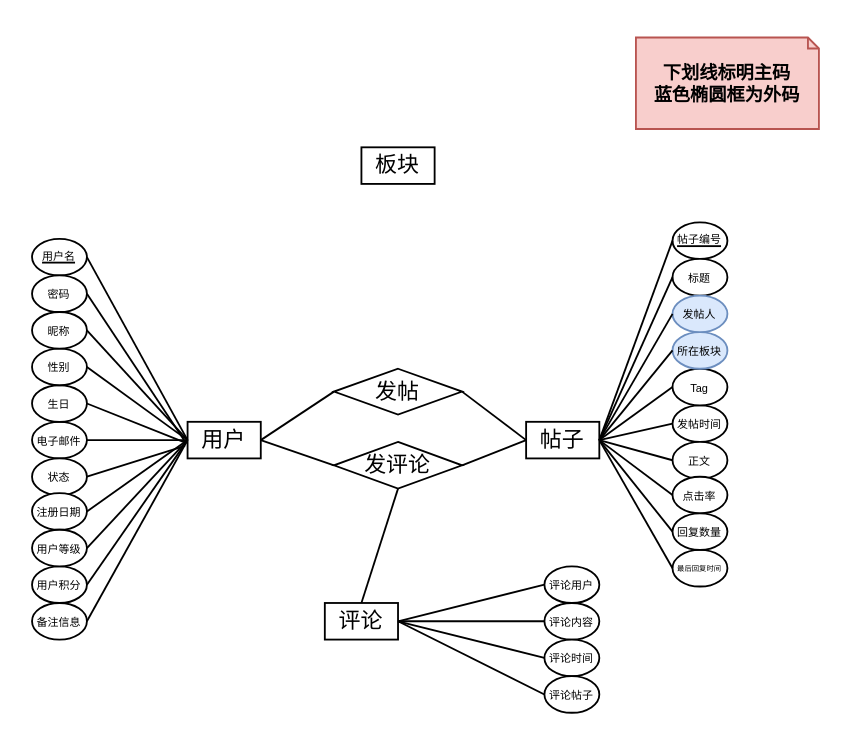
This is 未命名绘图.drawio from lxpoet/uml, a draw.io file, before an edit. Source tidied: cells renumbered, new cells numbered last; positions are measured from the earlier drawing's top-left corner, leaving out a move shared by most shapes. Both pictures are drawn from the tidied source at 183%, with x=0, y=0 at pixel (31, 37).
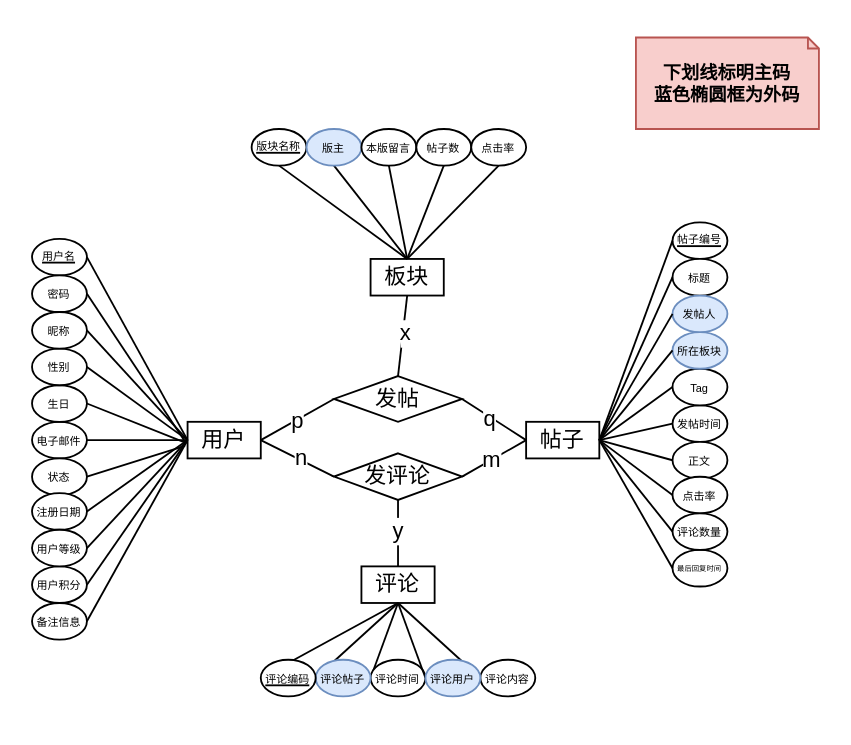
The same diagram, later.

Unchanged cells that the change refers to:
```xml
<mxCell id="29" style="endArrow=none;html=1;rounded=0;fontSize=12;startSize=8;endSize=8;curved=1;exitX=1;exitY=0.5;exitDx=0;exitDy=0;entryX=0;entryY=0.5;entryDx=0;entryDy=0;" parent="1" edge="1" source="2" target="26">
  <mxGeometry relative="1" as="geometry" />
</mxCell>
<mxCell id="30" style="endArrow=none;html=1;rounded=0;fontSize=12;startSize=8;endSize=8;curved=1;entryX=0;entryY=0.5;entryDx=0;entryDy=0;exitX=1;exitY=0.5;exitDx=0;exitDy=0;" parent="1" edge="1" source="26" target="28">
  <mxGeometry relative="1" as="geometry" />
</mxCell>
<mxCell id="51" style="endArrow=none;html=1;rounded=0;fontSize=12;startSize=8;endSize=8;curved=1;exitX=1;exitY=0.5;exitDx=0;exitDy=0;entryX=0;entryY=0.5;entryDx=0;entryDy=0;" parent="1" edge="1" source="2" target="27">
  <mxGeometry relative="1" as="geometry" />
</mxCell>
<mxCell id="52" style="endArrow=none;html=1;rounded=0;fontSize=12;startSize=8;endSize=8;curved=1;exitX=1;exitY=0.5;exitDx=0;exitDy=0;entryX=0;entryY=0.5;entryDx=0;entryDy=0;" parent="1" edge="1" source="27" target="28">
  <mxGeometry relative="1" as="geometry" />
</mxCell>
<mxCell id="54" style="endArrow=none;html=1;rounded=0;fontSize=12;startSize=8;endSize=8;curved=1;entryX=0.5;entryY=1;entryDx=0;entryDy=0;exitX=0.5;exitY=0;exitDx=0;exitDy=0;" parent="1" edge="1" source="55" target="27">
  <mxGeometry relative="1" as="geometry" />
</mxCell>
```

The edit, as a diff of the source:
```diff
@@
     <mxCell id="25" value="板块" style="rounded=0;whiteSpace=wrap;html=1;" parent="1" vertex="1">
-      <mxGeometry x="180" y="60" width="40" height="20" as="geometry" />
+      <mxGeometry x="185" y="121" width="40" height="20" as="geometry" />
     </mxCell>
     <mxCell id="26" value="发帖" style="rhombus;whiteSpace=wrap;html=1;" parent="1" vertex="1">
-      <mxGeometry x="165" y="181" width="70" height="25" as="geometry" />
+      <mxGeometry x="165" y="185" width="70" height="25" as="geometry" />
     </mxCell>
     <mxCell id="27" value="发评论" style="rhombus;whiteSpace=wrap;html=1;" parent="1" vertex="1">
-      <mxGeometry x="165" y="221" width="70" height="25.5" as="geometry" />
+      <mxGeometry x="165" y="227.2" width="70" height="25.5" as="geometry" />
     </mxCell>
@@
+    <mxCell id="64" value="p" style="edgeLabel;html=1;align=center;verticalAlign=middle;fontSize=12;" parent="29" vertex="1">
+      <mxGeometry x="-0.04" relative="1" as="geometry" />
+    </mxCell>
@@
+    <mxCell id="65" value="q" style="edgeLabel;html=1;align=center;verticalAlign=middle;fontSize=12;" parent="30" vertex="1">
+      <mxGeometry x="-0.13" y="-1" relative="1" as="geometry" />
+    </mxCell>
@@
-    <mxCell id="49" value="&lt;span style=&quot;font-size: 6px;&quot;&gt;回复数量&lt;/span&gt;" style="ellipse;whiteSpace=wrap;html=1;spacingBottom=3;direction=west;" parent="1" vertex="1">
+    <mxCell id="49" value="&lt;span style=&quot;font-size: 6px;&quot;&gt;评论数量&lt;/span&gt;" style="ellipse;whiteSpace=wrap;html=1;spacingBottom=3;direction=west;" parent="1" vertex="1">
       <mxGeometry x="350" y="260" width="30" height="20" as="geometry" />
     </mxCell>
@@
+    <mxCell id="66" value="n" style="edgeLabel;html=1;align=center;verticalAlign=middle;fontSize=12;" parent="51" vertex="1">
+      <mxGeometry x="0.08" y="1" relative="1" as="geometry" />
+    </mxCell>
@@
+    <mxCell id="67" value="m" style="edgeLabel;html=1;align=center;verticalAlign=middle;fontSize=12;" parent="52" vertex="1">
+      <mxGeometry x="-0.11" y="1" relative="1" as="geometry" />
+    </mxCell>
@@
+    <mxCell id="68" value="y" style="edgeLabel;html=1;align=center;verticalAlign=middle;fontSize=12;" parent="54" vertex="1">
+      <mxGeometry x="0.11" y="1" relative="1" as="geometry" />
+    </mxCell>
     <mxCell id="55" value="&lt;font style=&quot;font-size: 12px;&quot;&gt;评论&lt;/font&gt;" style="rounded=0;whiteSpace=wrap;html=1;" parent="1" vertex="1">
-      <mxGeometry x="160" y="309" width="40" height="20" as="geometry" />
+      <mxGeometry x="180" y="289" width="40" height="20" as="geometry" />
     </mxCell>
-    <mxCell id="56" style="endArrow=none;html=1;rounded=0;fontSize=12;startSize=8;endSize=8;curved=1;exitX=1;exitY=0.5;exitDx=0;exitDy=0;entryX=1;entryY=0.5;entryDx=0;entryDy=0;" parent="1" edge="1" source="55" target="57">
+    <mxCell id="56" style="endArrow=none;html=1;rounded=0;fontSize=12;startSize=8;endSize=8;curved=1;exitX=0.5;exitY=1;exitDx=0;exitDy=0;entryX=1;entryY=0.5;entryDx=0;entryDy=0;" parent="1" edge="1" source="55" target="57">
       <mxGeometry relative="1" as="geometry" />
     </mxCell>
     <mxCell id="57" value="&lt;span style=&quot;font-size: 6px;&quot;&gt;评论内容&lt;/span&gt;" style="ellipse;whiteSpace=wrap;html=1;spacingBottom=3;direction=west;" parent="1" vertex="1">
-      <mxGeometry x="280" y="309" width="30" height="20" as="geometry" />
+      <mxGeometry x="245" y="340" width="30" height="20" as="geometry" />
     </mxCell>
-    <mxCell id="58" style="endArrow=none;html=1;rounded=0;fontSize=12;startSize=8;endSize=8;curved=1;exitX=1;exitY=0.5;exitDx=0;exitDy=0;entryX=1;entryY=0.5;entryDx=0;entryDy=0;" parent="1" edge="1" source="55" target="59">
+    <mxCell id="58" style="endArrow=none;html=1;rounded=0;fontSize=12;startSize=8;endSize=8;curved=1;exitX=0.5;exitY=1;exitDx=0;exitDy=0;entryX=1;entryY=0.5;entryDx=0;entryDy=0;" parent="1" edge="1" source="55" target="59">
       <mxGeometry relative="1" as="geometry" />
     </mxCell>
     <mxCell id="59" value="&lt;span style=&quot;font-size: 6px;&quot;&gt;评论时间&lt;/span&gt;" style="ellipse;whiteSpace=wrap;html=1;spacingBottom=3;direction=west;" parent="1" vertex="1">
-      <mxGeometry x="280" y="329" width="30" height="20" as="geometry" />
+      <mxGeometry x="185" y="340" width="30" height="20" as="geometry" />
     </mxCell>
-    <mxCell id="60" style="endArrow=none;html=1;rounded=0;fontSize=12;startSize=8;endSize=8;curved=1;exitX=1;exitY=0.5;exitDx=0;exitDy=0;entryX=1;entryY=0.5;entryDx=0;entryDy=0;" parent="1" edge="1" source="55" target="61">
+    <mxCell id="60" style="endArrow=none;html=1;rounded=0;fontSize=12;startSize=8;endSize=8;curved=1;exitX=0.5;exitY=1;exitDx=0;exitDy=0;entryX=1;entryY=0.5;entryDx=0;entryDy=0;" parent="1" edge="1" source="55" target="61">
       <mxGeometry relative="1" as="geometry" />
     </mxCell>
-    <mxCell id="61" value="&lt;span style=&quot;font-size: 6px;&quot;&gt;评论用户&lt;/span&gt;" style="ellipse;whiteSpace=wrap;html=1;spacingBottom=3;direction=west;" parent="1" vertex="1">
-      <mxGeometry x="280" y="289" width="30" height="20" as="geometry" />
+    <mxCell id="61" value="&lt;span style=&quot;font-size: 6px;&quot;&gt;评论用户&lt;/span&gt;" style="ellipse;whiteSpace=wrap;html=1;spacingBottom=3;direction=west;fillColor=#dae8fc;strokeColor=#6c8ebf;" parent="1" vertex="1">
+      <mxGeometry x="215" y="340" width="30" height="20" as="geometry" />
     </mxCell>
-    <mxCell id="62" style="endArrow=none;html=1;rounded=0;fontSize=12;startSize=8;endSize=8;curved=1;exitX=1;exitY=0.5;exitDx=0;exitDy=0;entryX=1;entryY=0.5;entryDx=0;entryDy=0;" parent="1" edge="1" source="55" target="63">
+    <mxCell id="62" style="endArrow=none;html=1;rounded=0;fontSize=12;startSize=8;endSize=8;curved=1;exitX=0.5;exitY=1;exitDx=0;exitDy=0;entryX=1;entryY=0.5;entryDx=0;entryDy=0;" parent="1" edge="1" source="55" target="63">
       <mxGeometry relative="1" as="geometry" />
     </mxCell>
-    <mxCell id="63" value="&lt;span style=&quot;font-size: 6px;&quot;&gt;评论帖子&lt;/span&gt;" style="ellipse;whiteSpace=wrap;html=1;spacingBottom=3;direction=west;" parent="1" vertex="1">
-      <mxGeometry x="280" y="349" width="30" height="20" as="geometry" />
+    <mxCell id="63" value="&lt;span style=&quot;font-size: 6px;&quot;&gt;评论帖子&lt;/span&gt;" style="ellipse;whiteSpace=wrap;html=1;spacingBottom=3;direction=west;fillColor=#dae8fc;strokeColor=#6c8ebf;" parent="1" vertex="1">
+      <mxGeometry x="155" y="340" width="30" height="20" as="geometry" />
     </mxCell>
+    <mxCell id="69" style="endArrow=none;html=1;rounded=0;fontSize=12;startSize=8;endSize=8;curved=1;exitX=0.5;exitY=1;exitDx=0;exitDy=0;entryX=1;entryY=0.5;entryDx=0;entryDy=0;" parent="1" edge="1" source="55" target="70">
+      <mxGeometry relative="1" as="geometry" />
+    </mxCell>
+    <mxCell id="70" value="&lt;span style=&quot;font-size: 6px;&quot;&gt;&lt;u&gt;评论编码&lt;/u&gt;&lt;/span&gt;" style="ellipse;whiteSpace=wrap;html=1;spacingBottom=3;direction=west;" parent="1" vertex="1">
+      <mxGeometry x="125" y="340" width="30" height="20" as="geometry" />
+    </mxCell>
+    <mxCell id="71" style="endArrow=none;html=1;rounded=0;fontSize=12;startSize=8;endSize=8;curved=1;entryX=0.5;entryY=1;entryDx=0;entryDy=0;exitX=0.5;exitY=0;exitDx=0;exitDy=0;" parent="1" edge="1" source="26" target="25">
+      <mxGeometry relative="1" as="geometry" />
+    </mxCell>
+    <mxCell id="72" value="x" style="edgeLabel;html=1;align=center;verticalAlign=middle;fontSize=12;" parent="71" vertex="1">
+      <mxGeometry x="0.1" y="-1" relative="1" as="geometry" />
+    </mxCell>
+    <mxCell id="73" style="endArrow=none;html=1;rounded=0;fontSize=12;startSize=8;endSize=8;curved=1;exitX=0.5;exitY=0;exitDx=0;exitDy=0;entryX=0.5;entryY=1;entryDx=0;entryDy=0;" parent="1" edge="1" source="25" target="74">
+      <mxGeometry relative="1" as="geometry" />
+    </mxCell>
+    <mxCell id="74" value="&lt;div style=&quot;text-align: justify;&quot;&gt;&lt;span style=&quot;font-size: 6px;&quot;&gt;&lt;u&gt;版块名称&lt;/u&gt;&lt;/span&gt;&lt;/div&gt;" style="ellipse;whiteSpace=wrap;html=1;align=center;labelPosition=center;verticalLabelPosition=middle;verticalAlign=middle;spacingTop=0;spacingBottom=4;" parent="1" vertex="1">
+      <mxGeometry x="120" y="50" width="30" height="20" as="geometry" />
+    </mxCell>
+    <mxCell id="75" style="endArrow=none;html=1;rounded=0;fontSize=12;startSize=8;endSize=8;curved=1;exitX=0.5;exitY=0;exitDx=0;exitDy=0;entryX=0.5;entryY=1;entryDx=0;entryDy=0;" parent="1" edge="1" source="25" target="76">
+      <mxGeometry relative="1" as="geometry" />
+    </mxCell>
+    <mxCell id="76" value="&lt;span style=&quot;font-size: 6px;&quot;&gt;版主&lt;/span&gt;" style="ellipse;whiteSpace=wrap;html=1;spacingBottom=3;fillColor=#dae8fc;strokeColor=#6c8ebf;" parent="1" vertex="1">
+      <mxGeometry x="150" y="50" width="30" height="20" as="geometry" />
+    </mxCell>
+    <mxCell id="77" value="&lt;span style=&quot;font-size: 6px;&quot;&gt;本版留言&lt;/span&gt;" style="ellipse;whiteSpace=wrap;html=1;spacingBottom=3;" parent="1" vertex="1">
+      <mxGeometry x="180" y="50" width="30" height="20" as="geometry" />
+    </mxCell>
+    <mxCell id="78" style="endArrow=none;html=1;rounded=0;fontSize=12;startSize=8;endSize=8;curved=1;exitX=0.5;exitY=0;exitDx=0;exitDy=0;entryX=0.5;entryY=1;entryDx=0;entryDy=0;" parent="1" edge="1" source="25" target="77">
+      <mxGeometry relative="1" as="geometry" />
+    </mxCell>
+    <mxCell id="79" value="&lt;span style=&quot;font-size: 6px;&quot;&gt;帖子数&lt;/span&gt;" style="ellipse;whiteSpace=wrap;html=1;spacingBottom=3;" parent="1" vertex="1">
+      <mxGeometry x="210" y="50" width="30" height="20" as="geometry" />
+    </mxCell>
+    <mxCell id="80" style="endArrow=none;html=1;rounded=0;fontSize=12;startSize=8;endSize=8;curved=1;exitX=0.5;exitY=0;exitDx=0;exitDy=0;entryX=0.5;entryY=1;entryDx=0;entryDy=0;" parent="1" edge="1" source="25" target="79">
+      <mxGeometry relative="1" as="geometry" />
+    </mxCell>
+    <mxCell id="81" value="&lt;span style=&quot;font-size: 6px;&quot;&gt;点击率&lt;/span&gt;" style="ellipse;whiteSpace=wrap;html=1;spacingBottom=3;" parent="1" vertex="1">
+      <mxGeometry x="240" y="50" width="30" height="20" as="geometry" />
+    </mxCell>
+    <mxCell id="82" style="endArrow=none;html=1;rounded=0;fontSize=12;startSize=8;endSize=8;curved=1;exitX=0.5;exitY=0;exitDx=0;exitDy=0;entryX=0.5;entryY=1;entryDx=0;entryDy=0;" parent="1" edge="1" source="25" target="81">
+      <mxGeometry relative="1" as="geometry" />
+    </mxCell>
```
